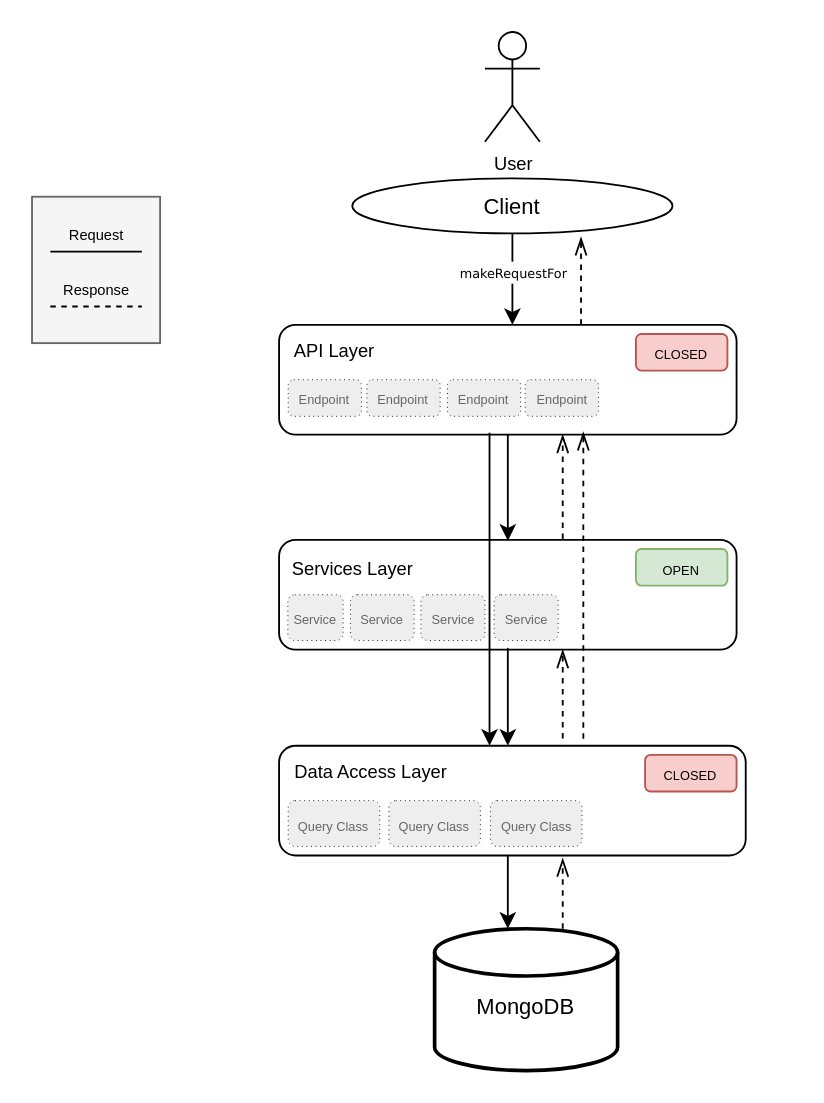
suzmas/wip keeps this draw.io diagram as images/Untitled Diagram.drawio. Above is the earlier version. Source tidied: cells renumbered, new cells numbered last; positions are measured from the earlier drawing's top-left corner, leaving out a move shared by most shapes. Both pictures are drawn from the tidied source at 183%, with x=0, y=0 at pixel (31, 31).
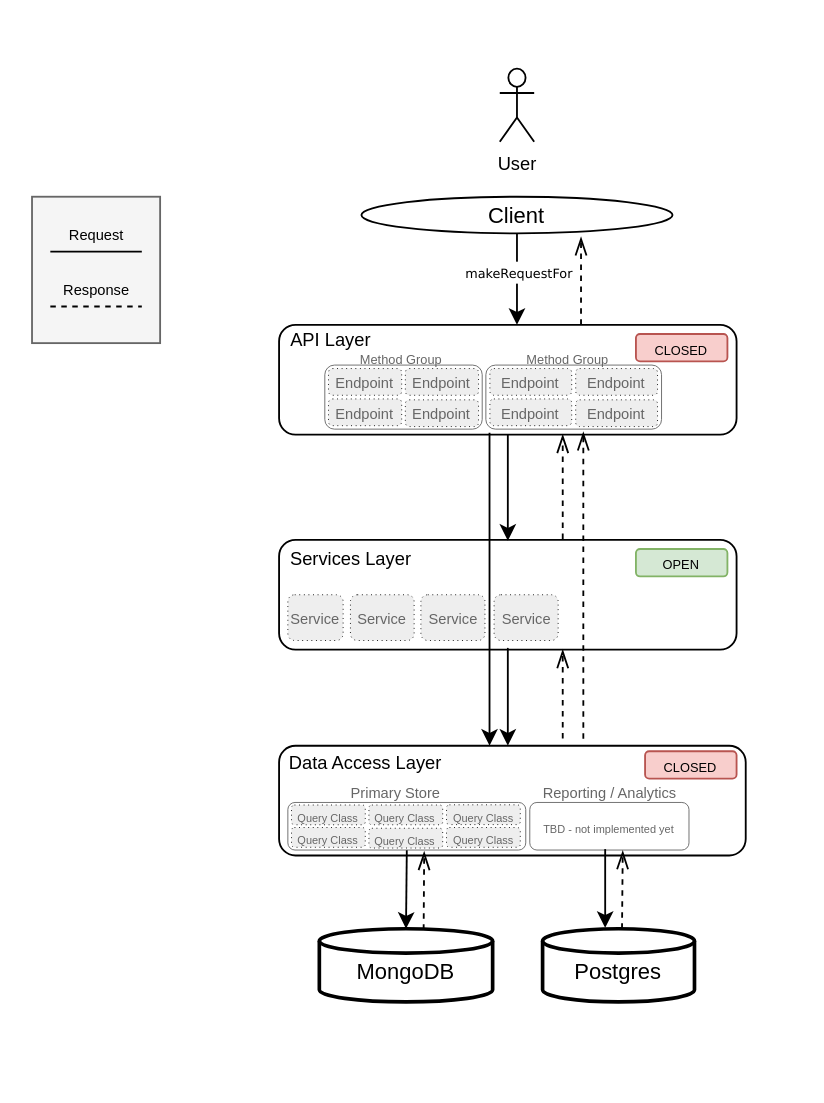
The same diagram, later.

Unchanged cells that the change refers to:
```xml
<mxCell id="10" style="rounded=1;" parent="1" vertex="1">
  <mxGeometry x="135" y="390" width="255" height="60" as="geometry" />
</mxCell>
```

Change to the diagram source:
```diff
@@
     <mxCell id="3" value="&lt;font style=&quot;font-size: 12px&quot;&gt;MongoDB&lt;/font&gt;" style="strokeWidth=2;html=1;shape=mxgraph.flowchart.database;whiteSpace=wrap;fontSize=20;" parent="1" vertex="1">
-      <mxGeometry x="220" y="490" width="100" height="77.5" as="geometry" />
+      <mxGeometry x="157" y="490" width="94.7" height="40" as="geometry" />
     </mxCell>
     <mxCell id="4" value="Client" style="ellipse;" parent="1" vertex="1">
-      <mxGeometry x="175" y="80" width="175" height="30" as="geometry" />
+      <mxGeometry x="180" y="90" width="170" height="20" as="geometry" />
     </mxCell>
-    <mxCell id="5" style="rounded=1;" parent="1" vertex="1">
+    <mxCell id="5" style="rounded=1;spacingTop=3;" parent="1" vertex="1">
       <mxGeometry x="135" y="160" width="250" height="60" as="geometry" />
     </mxCell>
@@
-    <mxCell id="12" style="curved=1;noEdgeStyle=1;orthogonal=1;" parent="1" edge="1" source="10">
-      <mxGeometry relative="1" as="geometry">
-        <mxPoint x="260" y="490" as="targetPoint" />
-        <Array as="points">
-          <mxPoint x="260" y="462" />
-        </Array>
-      </mxGeometry>
+    <mxCell id="12" style="curved=1;noEdgeStyle=1;orthogonal=1;exitX=0.5;exitY=1;exitDx=0;exitDy=0;entryX=0.5;entryY=0;entryDx=0;entryDy=0;entryPerimeter=0;" parent="1" edge="1" source="59" target="3">
+      <mxGeometry relative="1" as="geometry" />
     </mxCell>
     <mxCell id="13" value="&lt;font style=&quot;font-size: 10px;&quot;&gt;API Layer&lt;/font&gt;" style="text;html=1;align=center;verticalAlign=middle;fillColor=none;strokeColor=none;rounded=0;fontSize=10;" parent="1" vertex="1">
-      <mxGeometry x="135" y="164" width="60" height="20" as="geometry" />
+      <mxGeometry x="133" y="158" width="60" height="20" as="geometry" />
     </mxCell>
     <mxCell id="14" value="&lt;font style=&quot;font-size: 10px ; line-height: 100%&quot;&gt;Services Layer&lt;/font&gt;" style="text;html=1;align=center;verticalAlign=middle;fillColor=none;strokeColor=none;rounded=0;fontSize=20;" parent="1" vertex="1">
-      <mxGeometry x="135" y="273.5" width="80" height="30" as="geometry" />
+      <mxGeometry x="134" y="268.5" width="80" height="30" as="geometry" />
     </mxCell>
     <mxCell id="15" value="&lt;font style=&quot;font-size: 10px ; line-height: 100%&quot;&gt;Data Access Layer&lt;/font&gt;" style="text;html=1;align=center;verticalAlign=middle;fillColor=none;strokeColor=none;rounded=0;fontSize=20;" parent="1" vertex="1">
-      <mxGeometry x="135" y="385" width="100" height="30" as="geometry" />
+      <mxGeometry x="132" y="380" width="100" height="30" as="geometry" />
     </mxCell>
@@
-    <mxCell id="21" style="endArrow=openThin;html=1;fontSize=10;startSize=11;endSize=8;strokeColor=#000000;strokeWidth=1;fixDash=1;snapToPoint=0;noJump=1;rounded=0;dashed=1;endFill=0;" parent="1" edge="1">
+    <mxCell id="21" style="endArrow=openThin;html=1;fontSize=10;startSize=11;endSize=8;strokeColor=#000000;strokeWidth=1;fixDash=1;snapToPoint=0;noJump=1;rounded=0;dashed=1;endFill=0;entryX=0.75;entryY=1;entryDx=0;entryDy=0;" parent="1" edge="1">
       <mxGeometry relative="1" as="geometry">
-        <mxPoint x="290" y="490" as="sourcePoint" />
-        <mxPoint x="290" y="451.5" as="targetPoint" />
+        <mxPoint x="214" y="490.5" as="sourcePoint" />
+        <mxPoint x="214.3" y="447.9" as="targetPoint" />
       </mxGeometry>
     </mxCell>
@@
     <mxCell id="26" value="&lt;font style=&quot;font-size: 7px&quot;&gt;CLOSED&lt;/font&gt;" style="rounded=1;whiteSpace=wrap;html=1;fontSize=10;fillColor=#f8cecc;strokeColor=#b85450;" parent="1" vertex="1">
-      <mxGeometry x="330" y="165" width="50" height="20" as="geometry" />
+      <mxGeometry x="330" y="165" width="50" height="15" as="geometry" />
     </mxCell>
     <mxCell id="27" value="&lt;font style=&quot;font-size: 7px&quot;&gt;OPEN&lt;/font&gt;" style="rounded=1;whiteSpace=wrap;html=1;fontSize=10;fillColor=#d5e8d4;strokeColor=#82b366;" parent="1" vertex="1">
-      <mxGeometry x="330" y="282.5" width="50" height="20" as="geometry" />
+      <mxGeometry x="330" y="282.5" width="50" height="15" as="geometry" />
     </mxCell>
     <mxCell id="28" value="&lt;font style=&quot;font-size: 7px&quot;&gt;CLOSED&lt;/font&gt;" style="rounded=1;whiteSpace=wrap;html=1;fontSize=10;fillColor=#f8cecc;strokeColor=#b85450;" parent="1" vertex="1">
-      <mxGeometry x="335" y="395" width="50" height="20" as="geometry" />
+      <mxGeometry x="335" y="393" width="50" height="15" as="geometry" />
     </mxCell>
     <mxCell id="29" value="User" style="shape=umlActor;verticalLabelPosition=bottom;verticalAlign=top;html=1;fontSize=10;" parent="1" vertex="1">
-      <mxGeometry x="247.5" width="30" height="60" as="geometry" />
+      <mxGeometry x="255.6" y="20" width="18.8" height="40" as="geometry" />
     </mxCell>
-    <mxCell id="30" value="&lt;font style=&quot;font-size: 7px&quot;&gt;Service&lt;/font&gt;" style="rounded=1;whiteSpace=wrap;html=1;fontSize=10;fillColor=#eeeeee;dashed=1;fontColor=#666666;dashPattern=1 4;strokeWidth=0.5;" parent="1" vertex="1">
+    <mxCell id="30" value="&lt;font style=&quot;font-size: 8px&quot;&gt;Service&lt;/font&gt;" style="rounded=1;whiteSpace=wrap;html=1;fontSize=10;fillColor=#eeeeee;dashed=1;fontColor=#666666;dashPattern=1 4;strokeWidth=0.5;" parent="1" vertex="1">
       <mxGeometry x="212.5" y="307.5" width="35" height="25" as="geometry" />
     </mxCell>
-    <mxCell id="31" value="&lt;font style=&quot;font-size: 7px&quot;&gt;Query Class&lt;/font&gt;" style="rounded=1;whiteSpace=wrap;html=1;fontSize=10;fillColor=#eeeeee;dashed=1;fontColor=#666666;dashPattern=1 4;strokeWidth=0.5;" parent="1" vertex="1">
-      <mxGeometry x="140" y="420" width="50" height="25" as="geometry" />
-    </mxCell>
-    <mxCell id="32" value="&lt;font style=&quot;font-size: 7px&quot;&gt;Query Class&lt;/font&gt;" style="rounded=1;whiteSpace=wrap;html=1;fontSize=10;fillColor=#eeeeee;dashed=1;fontColor=#666666;dashPattern=1 4;strokeWidth=0.5;" parent="1" vertex="1">
-      <mxGeometry x="195" y="420" width="50" height="25" as="geometry" />
-    </mxCell>
-    <mxCell id="33" value="&lt;font style=&quot;font-size: 7px&quot;&gt;Query Class&lt;/font&gt;" style="rounded=1;whiteSpace=wrap;html=1;fontSize=10;fillColor=#eeeeee;dashed=1;fontColor=#666666;dashPattern=1 4;strokeWidth=0.5;" parent="1" vertex="1">
-      <mxGeometry x="250.5" y="420" width="50" height="25" as="geometry" />
-    </mxCell>
-    <mxCell id="34" value="&lt;font style=&quot;font-size: 7px&quot;&gt;Service&lt;/font&gt;" style="rounded=1;whiteSpace=wrap;html=1;fontSize=10;fillColor=#eeeeee;dashed=1;fontColor=#666666;dashPattern=1 4;strokeWidth=0.5;" parent="1" vertex="1">
+    <mxCell id="34" value="&lt;font style=&quot;font-size: 8px&quot;&gt;Service&lt;/font&gt;" style="rounded=1;whiteSpace=wrap;html=1;fontSize=10;fillColor=#eeeeee;dashed=1;fontColor=#666666;dashPattern=1 4;strokeWidth=0.5;" parent="1" vertex="1">
       <mxGeometry x="139.8" y="307.5" width="30.2" height="25" as="geometry" />
     </mxCell>
-    <mxCell id="35" value="&lt;font style=&quot;font-size: 7px&quot;&gt;Service&lt;/font&gt;" style="rounded=1;whiteSpace=wrap;html=1;fontSize=10;fillColor=#eeeeee;dashed=1;fontColor=#666666;dashPattern=1 4;strokeWidth=0.5;" parent="1" vertex="1">
+    <mxCell id="35" value="&lt;font style=&quot;font-size: 8px&quot;&gt;Service&lt;/font&gt;" style="rounded=1;whiteSpace=wrap;html=1;fontSize=10;fillColor=#eeeeee;dashed=1;fontColor=#666666;dashPattern=1 4;strokeWidth=0.5;" parent="1" vertex="1">
       <mxGeometry x="174" y="307.5" width="34.8" height="25" as="geometry" />
     </mxCell>
-    <mxCell id="36" value="&lt;font style=&quot;font-size: 7px&quot;&gt;Endpoint&lt;/font&gt;" style="rounded=1;whiteSpace=wrap;html=1;fontSize=10;fillColor=#eeeeee;dashed=1;fontColor=#666666;dashPattern=1 4;strokeWidth=0.5;" parent="1" vertex="1">
-      <mxGeometry x="140" y="190" width="40" height="20" as="geometry" />
-    </mxCell>
-    <mxCell id="37" value="&lt;font style=&quot;font-size: 7px&quot;&gt;Endpoint&lt;/font&gt;" style="rounded=1;whiteSpace=wrap;html=1;fontSize=10;fillColor=#eeeeee;dashed=1;fontColor=#666666;dashPattern=1 4;strokeWidth=0.5;" parent="1" vertex="1">
-      <mxGeometry x="183" y="190" width="40" height="20" as="geometry" />
-    </mxCell>
-    <mxCell id="38" value="&lt;font style=&quot;font-size: 7px&quot;&gt;Endpoint&lt;/font&gt;" style="rounded=1;whiteSpace=wrap;html=1;fontSize=10;fillColor=#eeeeee;dashed=1;fontColor=#666666;dashPattern=1 4;strokeWidth=0.5;" parent="1" vertex="1">
-      <mxGeometry x="227" y="190" width="40" height="20" as="geometry" />
-    </mxCell>
-    <mxCell id="39" value="&lt;font style=&quot;font-size: 7px&quot;&gt;Endpoint&lt;/font&gt;" style="rounded=1;whiteSpace=wrap;html=1;fontSize=10;fillColor=#eeeeee;dashed=1;fontColor=#666666;dashPattern=1 4;strokeWidth=0.5;" parent="1" vertex="1">
-      <mxGeometry x="269.5" y="190" width="40" height="20" as="geometry" />
-    </mxCell>
-    <mxCell id="40" value="&lt;font style=&quot;font-size: 7px&quot;&gt;Service&lt;/font&gt;" style="rounded=1;whiteSpace=wrap;html=1;fontSize=10;fillColor=#eeeeee;dashed=1;fontColor=#666666;dashPattern=1 4;strokeWidth=0.5;" parent="1" vertex="1">
+    <mxCell id="40" value="&lt;font style=&quot;font-size: 8px&quot;&gt;Service&lt;/font&gt;" style="rounded=1;whiteSpace=wrap;html=1;fontSize=10;fillColor=#eeeeee;dashed=1;fontColor=#666666;dashPattern=1 4;strokeWidth=0.5;" parent="1" vertex="1">
       <mxGeometry x="252.5" y="307.5" width="35" height="25" as="geometry" />
     </mxCell>
+    <mxCell id="41" style="group;" parent="1" vertex="1">
+      <mxGeometry x="248" y="182" width="96" height="35" as="geometry" />
+    </mxCell>
+    <mxCell id="42" style="group;" parent="41" vertex="1">
+      <mxGeometry width="96" height="35" as="geometry" />
+    </mxCell>
+    <mxCell id="43" style="rounded=1;whiteSpace=wrap;html=1;fontSize=10;fontColor=#666666;strokeWidth=0.5;fillColor=none;strokeColor=#666666;" parent="42" vertex="1">
+      <mxGeometry width="96" height="35" as="geometry" />
+    </mxCell>
+    <mxCell id="44" value="&lt;font style=&quot;line-height: 100% ; font-size: 8px&quot;&gt;Endpoint&lt;/font&gt;" style="rounded=1;whiteSpace=wrap;html=1;fontSize=10;fillColor=#eeeeee;dashed=1;fontColor=#666666;dashPattern=1 4;strokeWidth=0.5;" parent="42" vertex="1">
+      <mxGeometry x="2.2" y="1.9" width="44.7" height="14.6" as="geometry" />
+    </mxCell>
+    <mxCell id="45" value="&lt;font style=&quot;line-height: 100% ; font-size: 8px&quot;&gt;Endpoint&lt;/font&gt;" style="rounded=1;whiteSpace=wrap;html=1;fontSize=10;fillColor=#eeeeee;dashed=1;fontColor=#666666;dashPattern=1 4;strokeWidth=0.5;" parent="42" vertex="1">
+      <mxGeometry x="49.1" y="1.9" width="44.7" height="14.6" as="geometry" />
+    </mxCell>
+    <mxCell id="46" value="&lt;font style=&quot;line-height: 100% ; font-size: 8px&quot;&gt;Endpoint&lt;/font&gt;" style="rounded=1;whiteSpace=wrap;html=1;fontSize=10;fillColor=#eeeeee;dashed=1;fontColor=#666666;dashPattern=1 4;strokeWidth=0.5;" parent="42" vertex="1">
+      <mxGeometry x="49.1" y="19" width="44.7" height="14.6" as="geometry" />
+    </mxCell>
+    <mxCell id="47" value="&lt;font style=&quot;line-height: 100% ; font-size: 8px&quot;&gt;Endpoint&lt;/font&gt;" style="rounded=1;whiteSpace=wrap;html=1;fontSize=10;fillColor=#eeeeee;dashed=1;fontColor=#666666;dashPattern=1 4;strokeWidth=0.5;" parent="42" vertex="1">
+      <mxGeometry x="2.2" y="18.5" width="44.7" height="14.6" as="geometry" />
+    </mxCell>
+    <mxCell id="48" value="&lt;font style=&quot;line-height: 120% ; font-size: 7px&quot;&gt;Method Group&lt;/font&gt;" style="rounded=1;whiteSpace=wrap;html=1;shadow=0;glass=0;sketch=0;fontSize=10;fontColor=#666666;strokeWidth=0.5;fillColor=none;verticalAlign=middle;labelPosition=center;verticalLabelPosition=middle;align=center;labelBackgroundColor=none;spacing=0;strokeColor=none;" parent="1" vertex="1">
+      <mxGeometry x="250" y="173" width="86" height="9" as="geometry" />
+    </mxCell>
+    <mxCell id="49" style="group;" parent="1" vertex="1">
+      <mxGeometry x="160" y="182" width="86" height="35" as="geometry" />
+    </mxCell>
+    <mxCell id="50" style="group;" parent="49" vertex="1">
+      <mxGeometry width="86" height="35" as="geometry" />
+    </mxCell>
+    <mxCell id="51" style="rounded=1;whiteSpace=wrap;html=1;fontSize=10;fontColor=#666666;strokeWidth=0.5;fillColor=none;strokeColor=#666666;" parent="50" vertex="1">
+      <mxGeometry width="86" height="35" as="geometry" />
+    </mxCell>
+    <mxCell id="52" value="&lt;font style=&quot;line-height: 100% ; font-size: 8px&quot;&gt;Endpoint&lt;/font&gt;" style="rounded=1;whiteSpace=wrap;html=1;fontSize=10;fillColor=#eeeeee;dashed=1;fontColor=#666666;dashPattern=1 4;strokeWidth=0.5;" parent="50" vertex="1">
+      <mxGeometry x="2" y="1.9" width="40" height="14.6" as="geometry" />
+    </mxCell>
+    <mxCell id="53" value="&lt;font style=&quot;line-height: 100% ; font-size: 8px&quot;&gt;Endpoint&lt;/font&gt;" style="rounded=1;whiteSpace=wrap;html=1;fontSize=10;fillColor=#eeeeee;dashed=1;fontColor=#666666;dashPattern=1 4;strokeWidth=0.5;" parent="50" vertex="1">
+      <mxGeometry x="44" y="1.9" width="40" height="14.6" as="geometry" />
+    </mxCell>
+    <mxCell id="54" value="&lt;font style=&quot;line-height: 100% ; font-size: 8px&quot;&gt;Endpoint&lt;/font&gt;" style="rounded=1;whiteSpace=wrap;html=1;fontSize=10;fillColor=#eeeeee;dashed=1;fontColor=#666666;dashPattern=1 4;strokeWidth=0.5;" parent="50" vertex="1">
+      <mxGeometry x="44" y="19" width="40" height="14.6" as="geometry" />
+    </mxCell>
+    <mxCell id="55" value="&lt;font style=&quot;line-height: 100% ; font-size: 8px&quot;&gt;Endpoint&lt;/font&gt;" style="rounded=1;whiteSpace=wrap;html=1;fontSize=10;fillColor=#eeeeee;dashed=1;fontColor=#666666;dashPattern=1 4;strokeWidth=0.5;" parent="50" vertex="1">
+      <mxGeometry x="2" y="18.5" width="40" height="14.6" as="geometry" />
+    </mxCell>
+    <mxCell id="56" value="&lt;font style=&quot;line-height: 120% ; font-size: 7px&quot;&gt;Method Group&lt;/font&gt;" style="rounded=1;whiteSpace=wrap;html=1;shadow=0;glass=0;sketch=0;fontSize=10;fontColor=#666666;strokeWidth=0.5;fillColor=none;verticalAlign=middle;labelPosition=center;verticalLabelPosition=middle;align=center;labelBackgroundColor=none;spacing=0;strokeColor=none;" parent="1" vertex="1">
+      <mxGeometry x="159" y="173" width="86" height="9" as="geometry" />
+    </mxCell>
+    <mxCell id="57" style="group;" parent="1" vertex="1">
+      <mxGeometry x="139.8" y="421" width="130.2" height="26" as="geometry" />
+    </mxCell>
+    <mxCell id="58" style="group;" parent="57" vertex="1">
+      <mxGeometry width="141.1" height="26" as="geometry" />
+    </mxCell>
+    <mxCell id="59" style="rounded=1;whiteSpace=wrap;html=1;fontSize=10;fontColor=#666666;strokeWidth=0.5;fillColor=none;strokeColor=#666666;" parent="58" vertex="1">
+      <mxGeometry width="130" height="26" as="geometry" />
+    </mxCell>
+    <mxCell id="60" value="&lt;font style=&quot;line-height: 100% ; font-size: 6px&quot;&gt;Query Class&lt;/font&gt;" style="rounded=1;whiteSpace=wrap;html=1;fontSize=10;fillColor=#eeeeee;dashed=1;fontColor=#666666;dashPattern=1 4;strokeWidth=0.5;" parent="58" vertex="1">
+      <mxGeometry x="2" y="1.4" width="40.3" height="10.8" as="geometry" />
+    </mxCell>
+    <mxCell id="61" value="&lt;font style=&quot;line-height: 100% ; font-size: 6px&quot;&gt;Query Class&lt;/font&gt;" style="rounded=1;whiteSpace=wrap;html=1;fontSize=10;fillColor=#eeeeee;dashed=1;fontColor=#666666;dashPattern=1 4;strokeWidth=0.5;" parent="58" vertex="1">
+      <mxGeometry x="44.3" y="1.4" width="40.3" height="10.8" as="geometry" />
+    </mxCell>
+    <mxCell id="62" value="&lt;font style=&quot;line-height: 100% ; font-size: 6px&quot;&gt;Query Class&lt;/font&gt;" style="rounded=1;whiteSpace=wrap;html=1;fontSize=10;fillColor=#eeeeee;dashed=1;fontColor=#666666;dashPattern=1 4;strokeWidth=0.5;" parent="58" vertex="1">
+      <mxGeometry x="44.3" y="14.1" width="40.3" height="10.8" as="geometry" />
+    </mxCell>
+    <mxCell id="63" value="&lt;font style=&quot;line-height: 100% ; font-size: 6px&quot;&gt;Query Class&lt;/font&gt;" style="rounded=1;whiteSpace=wrap;html=1;fontSize=10;fillColor=#eeeeee;dashed=1;fontColor=#666666;dashPattern=1 4;strokeWidth=0.5;" parent="58" vertex="1">
+      <mxGeometry x="2" y="13.7" width="40.3" height="10.8" as="geometry" />
+    </mxCell>
+    <mxCell id="64" value="&lt;font style=&quot;line-height: 100% ; font-size: 6px&quot;&gt;Query Class&lt;/font&gt;" style="rounded=1;whiteSpace=wrap;html=1;fontSize=10;fillColor=#eeeeee;dashed=1;fontColor=#666666;dashPattern=1 4;strokeWidth=0.5;" parent="58" vertex="1">
+      <mxGeometry x="86.7" y="1.3" width="40.3" height="10.8" as="geometry" />
+    </mxCell>
+    <mxCell id="65" value="&lt;font style=&quot;line-height: 100% ; font-size: 6px&quot;&gt;Query Class&lt;/font&gt;" style="rounded=1;whiteSpace=wrap;html=1;fontSize=10;fillColor=#eeeeee;dashed=1;fontColor=#666666;dashPattern=1 4;strokeWidth=0.5;" parent="58" vertex="1">
+      <mxGeometry x="86.7" y="13.7" width="40.3" height="10.8" as="geometry" />
+    </mxCell>
+    <mxCell id="66" value="&lt;font style=&quot;line-height: 120% ; font-size: 8px&quot;&gt;Primary Store&lt;/font&gt;" style="rounded=1;whiteSpace=wrap;html=1;shadow=0;glass=0;sketch=0;fontSize=10;fontColor=#666666;strokeWidth=0.5;fillColor=none;verticalAlign=middle;labelPosition=center;verticalLabelPosition=middle;align=center;labelBackgroundColor=none;spacing=0;strokeColor=none;" parent="1" vertex="1">
+      <mxGeometry x="156" y="410" width="86" height="9" as="geometry" />
+    </mxCell>
+    <mxCell id="67" style="group;" parent="1" vertex="1">
+      <mxGeometry x="274" y="421" width="88" height="26" as="geometry" />
+    </mxCell>
+    <mxCell id="68" style="group;" parent="67" vertex="1">
+      <mxGeometry width="141.1" height="26" as="geometry" />
+    </mxCell>
+    <mxCell id="69" value="&lt;font style=&quot;font-size: 6px&quot;&gt;TBD - not implemented yet&lt;/font&gt;" style="rounded=1;whiteSpace=wrap;html=1;fontSize=10;fontColor=#666666;strokeWidth=0.5;fillColor=none;strokeColor=#666666;" parent="68" vertex="1">
+      <mxGeometry x="-2" width="87" height="26" as="geometry" />
+    </mxCell>
+    <mxCell id="70" value="&lt;font style=&quot;line-height: 120% ; font-size: 8px&quot;&gt;Reporting / Analytics&lt;/font&gt;" style="rounded=1;whiteSpace=wrap;html=1;shadow=0;glass=0;sketch=0;fontSize=10;fontColor=#666666;strokeWidth=0.5;fillColor=none;verticalAlign=middle;labelPosition=center;verticalLabelPosition=middle;align=center;labelBackgroundColor=none;spacing=0;strokeColor=none;" parent="1" vertex="1">
+      <mxGeometry x="273" y="410" width="86" height="9" as="geometry" />
+    </mxCell>
+    <mxCell id="71" value="&lt;font style=&quot;font-size: 12px&quot;&gt;Postgres&lt;/font&gt;" style="strokeWidth=2;html=1;shape=mxgraph.flowchart.database;whiteSpace=wrap;fontSize=20;" parent="1" vertex="1">
+      <mxGeometry x="279" y="490" width="83" height="40" as="geometry" />
+    </mxCell>
+    <mxCell id="72" style="curved=1;noEdgeStyle=1;orthogonal=1;exitX=0.5;exitY=1;exitDx=0;exitDy=0;entryX=0.5;entryY=0;entryDx=0;entryDy=0;entryPerimeter=0;" parent="1" edge="1">
+      <mxGeometry relative="1" as="geometry">
+        <mxPoint x="313.2" y="446.5" as="sourcePoint" />
+        <mxPoint x="313.2" y="489.5" as="targetPoint" />
+      </mxGeometry>
+    </mxCell>
+    <mxCell id="73" style="endArrow=openThin;html=1;fontSize=10;startSize=11;endSize=8;strokeColor=#000000;strokeWidth=1;fixDash=1;snapToPoint=0;noJump=1;rounded=0;dashed=1;endFill=0;entryX=0.75;entryY=1;entryDx=0;entryDy=0;" parent="1" edge="1">
+      <mxGeometry relative="1" as="geometry">
+        <mxPoint x="322.4" y="490" as="sourcePoint" />
+        <mxPoint x="322.8" y="447.4" as="targetPoint" />
+      </mxGeometry>
+    </mxCell>
```
